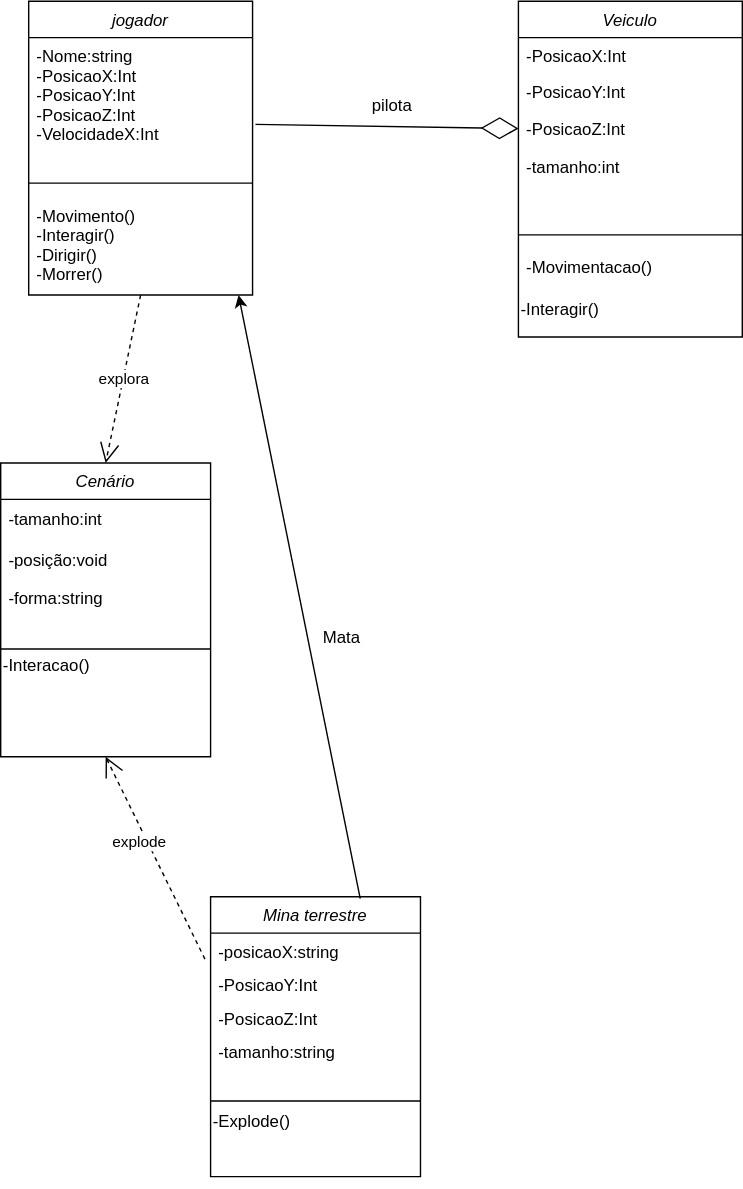
Above: diagramas/diagrama de classe Unity.drawio.svg in lucasnoelgb/2jdprojetomusica (draw.io), before the change. Source tidied: cells renumbered, new cells last; positions are measured from the earlier drawing's top-left corner, leaving out a move shared by most shapes.
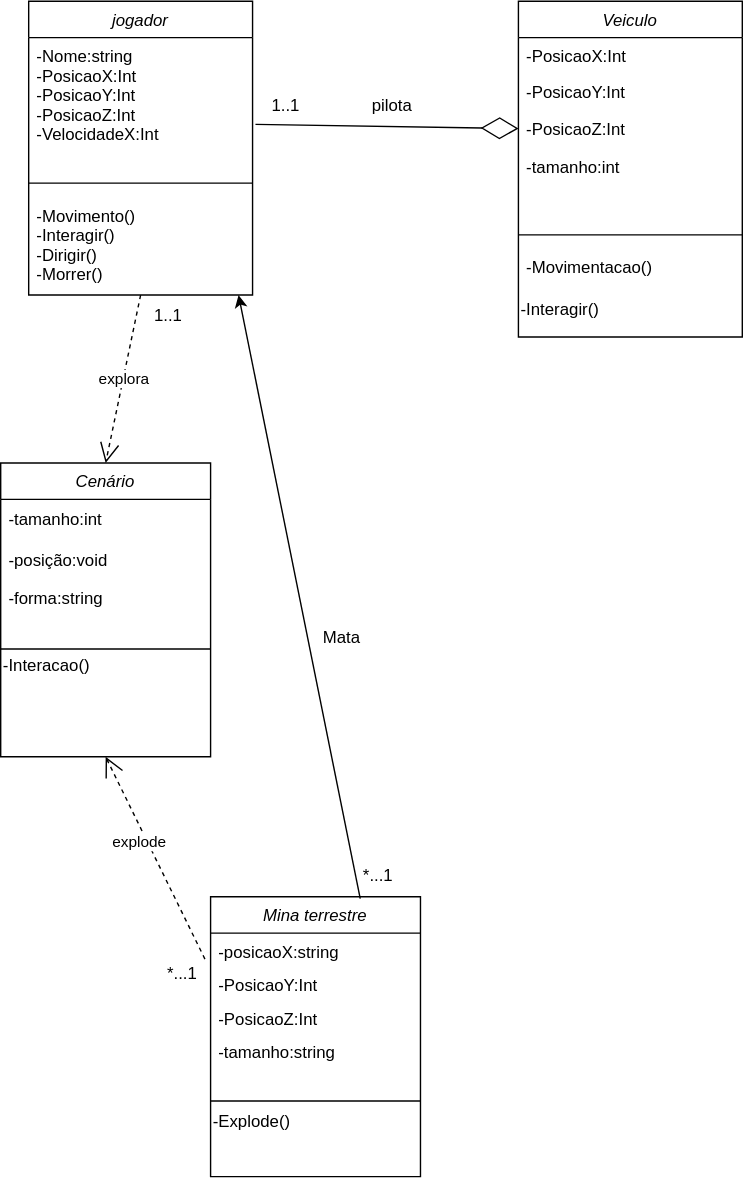
The same diagram one commit later.

What changed in the source:
```diff
@@ -103,5 +103,17 @@
     <mxCell id="34" value="Mata" style="text;html=1;strokeColor=none;fillColor=none;align=center;verticalAlign=middle;whiteSpace=wrap;rounded=0;" parent="1" vertex="1">
       <mxGeometry x="214" y="440" width="60" height="30" as="geometry" />
     </mxCell>
+    <mxCell id="35" value="1..1" style="text;html=1;strokeColor=none;fillColor=none;align=center;verticalAlign=middle;whiteSpace=wrap;rounded=0;" parent="1" vertex="1">
+      <mxGeometry x="174" y="60" width="60" height="30" as="geometry" />
+    </mxCell>
+    <mxCell id="36" value="1..1" style="text;html=1;strokeColor=none;fillColor=none;align=center;verticalAlign=middle;whiteSpace=wrap;rounded=0;" parent="1" vertex="1">
+      <mxGeometry x="90" y="210" width="60" height="30" as="geometry" />
+    </mxCell>
+    <mxCell id="37" value="*...1" style="text;html=1;strokeColor=none;fillColor=none;align=center;verticalAlign=middle;whiteSpace=wrap;rounded=0;" parent="1" vertex="1">
+      <mxGeometry x="240" y="610" width="60" height="30" as="geometry" />
+    </mxCell>
+    <mxCell id="38" value="*...1" style="text;html=1;strokeColor=none;fillColor=none;align=center;verticalAlign=middle;whiteSpace=wrap;rounded=0;" parent="1" vertex="1">
+      <mxGeometry x="100" y="680" width="60" height="30" as="geometry" />
+    </mxCell>
   </root>
 </mxGraphModel>
```
